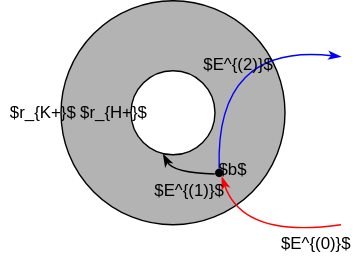
The draw.io diagram img/penrose_binaries/kerr_breakup.svg in lucass-carneiro/phd-thesis, before a commit. Source tidied: cells renumbered, new cells last; positions are measured from the earlier drawing's top-left corner, leaving out a move shared by most shapes. Source of this version:
```xml
<mxGraphModel math="1">
  <root>
    <mxCell id="0" />
    <mxCell id="1" parent="0" />
    <mxCell id="2" style="ellipse;whiteSpace=wrap;html=1;fillColor=#B3B3B3;" parent="1" vertex="1">
      <mxGeometry x="43" width="160" height="160" as="geometry" />
    </mxCell>
    <mxCell id="3" style="ellipse;whiteSpace=wrap;html=1;fillColor=#FFFFFF;" parent="1" vertex="1">
      <mxGeometry x="93" y="50" width="60" height="60" as="geometry" />
    </mxCell>
    <mxCell id="4" style="ellipse;whiteSpace=wrap;html=1;fillColor=#000000;strokeWidth=0;" parent="1" vertex="1">
      <mxGeometry x="153" y="120" width="6" height="6" as="geometry" />
    </mxCell>
    <mxCell id="5" style="endArrow=none;html=1;rounded=0;curved=1;exitX=0.805;exitY=0.955;exitDx=0;exitDy=0;exitPerimeter=0;endFill=0;startArrow=classicThin;startFill=1;fillColor=#e51400;strokeColor=#FF0000;" parent="1" edge="1" source="4">
      <mxGeometry relative="1" as="geometry">
        <mxPoint x="243" y="160" as="targetPoint" />
        <Array as="points">
          <mxPoint x="173" y="170" />
        </Array>
      </mxGeometry>
    </mxCell>
    <mxCell id="6" style="endArrow=classicThin;html=1;rounded=0;curved=1;exitX=0.5;exitY=0;exitDx=0;exitDy=0;endFill=1;strokeColor=#0000FF;" parent="1" edge="1" source="4">
      <mxGeometry relative="1" as="geometry">
        <mxPoint x="243" y="40" as="targetPoint" />
        <Array as="points">
          <mxPoint x="153" y="30" />
        </Array>
      </mxGeometry>
    </mxCell>
    <mxCell id="7" style="endArrow=classicThin;html=1;rounded=0;curved=1;exitX=-0.037;exitY=0.636;exitDx=0;exitDy=0;exitPerimeter=0;entryX=0.382;entryY=0.992;entryDx=0;entryDy=0;entryPerimeter=0;endFill=1;" parent="1" edge="1" source="4" target="3">
      <mxGeometry relative="1" as="geometry">
        <Array as="points">
          <mxPoint x="123" y="123" />
        </Array>
      </mxGeometry>
    </mxCell>
    <mxCell id="8" value="$b$" style="text;html=1;strokeColor=none;fillColor=none;align=center;verticalAlign=middle;whiteSpace=wrap;rounded=0;strokeWidth=0;" parent="1" vertex="1">
      <mxGeometry x="142" y="113" width="48" height="15" as="geometry" />
    </mxCell>
    <mxCell id="9" value="$E^{(0)}$" style="text;html=1;strokeColor=none;fillColor=none;align=center;verticalAlign=middle;whiteSpace=wrap;rounded=0;strokeWidth=0;" parent="1" vertex="1">
      <mxGeometry x="194" y="164" width="63" height="20" as="geometry" />
    </mxCell>
    <mxCell id="10" value="$E^{(1)}$" style="text;html=1;strokeColor=none;fillColor=none;align=center;verticalAlign=middle;whiteSpace=wrap;rounded=0;strokeWidth=0;" parent="1" vertex="1">
      <mxGeometry x="103" y="126" width="64" height="20" as="geometry" />
    </mxCell>
    <mxCell id="11" value="$E^{(2)}$" style="text;html=1;strokeColor=none;fillColor=none;align=center;verticalAlign=middle;whiteSpace=wrap;rounded=0;strokeWidth=0;" parent="1" vertex="1">
      <mxGeometry x="139" y="36" width="62" height="20" as="geometry" />
    </mxCell>
    <mxCell id="12" value="$r_{H+}$" style="text;html=1;strokeColor=none;fillColor=none;align=center;verticalAlign=middle;whiteSpace=wrap;rounded=0;strokeWidth=0;" parent="1" vertex="1">
      <mxGeometry x="51" y="70" width="60" height="20" as="geometry" />
    </mxCell>
    <mxCell id="13" value="$r_{K+}$" style="text;html=1;strokeColor=none;fillColor=none;align=center;verticalAlign=middle;whiteSpace=wrap;rounded=0;strokeWidth=0;" parent="1" vertex="1">
      <mxGeometry y="70" width="61" height="20" as="geometry" />
    </mxCell>
  </root>
</mxGraphModel>
```
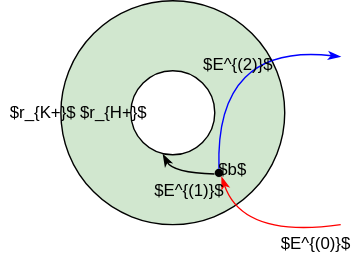
The same diagram one commit later.

Diff of the diagram source:
```diff
@@ -2,7 +2,7 @@
   <root>
     <mxCell id="0" />
     <mxCell id="1" parent="0" />
-    <mxCell id="2" style="ellipse;whiteSpace=wrap;html=1;fillColor=#B3B3B3;" parent="1" vertex="1">
+    <mxCell id="2" style="ellipse;whiteSpace=wrap;html=1;fillColor=#D1E7CF;" parent="1" vertex="1">
       <mxGeometry x="43" width="160" height="160" as="geometry" />
     </mxCell>
     <mxCell id="3" style="ellipse;whiteSpace=wrap;html=1;fillColor=#FFFFFF;" parent="1" vertex="1">
```
